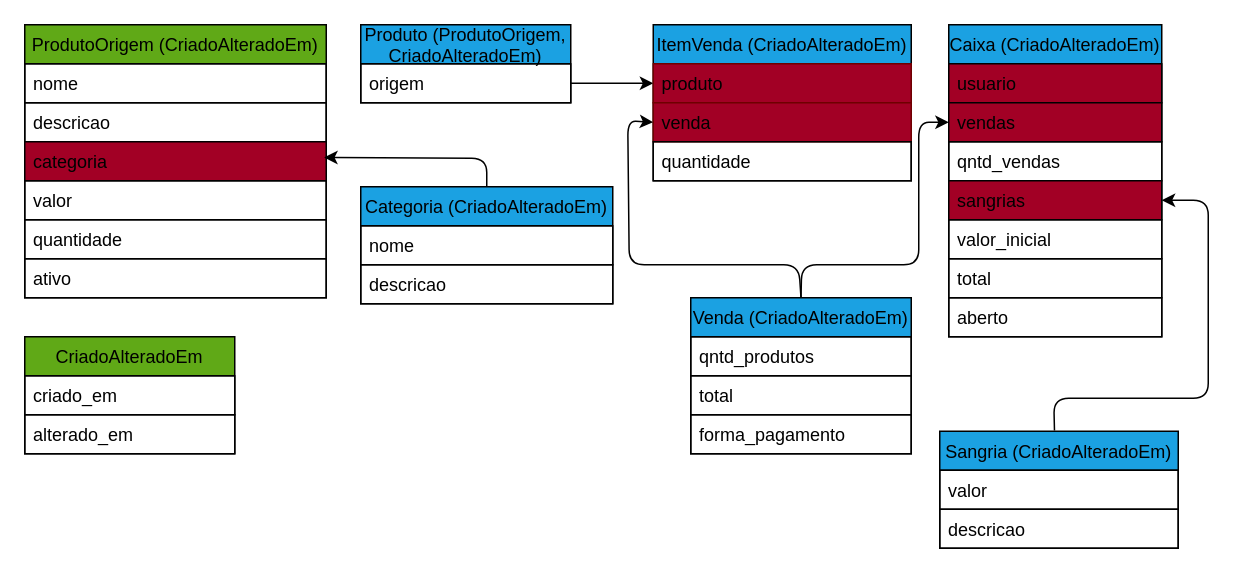
Juzeka/Mercearia keeps this draw.io diagram as relacionamento.drawio. Above is the earlier version. Source tidied: cells renumbered, new cells numbered last; positions are measured from the earlier drawing's top-left corner, leaving out a move shared by most shapes. Both pictures are drawn from the tidied source at 150%, with x=0, y=0 at pixel (24, 24).
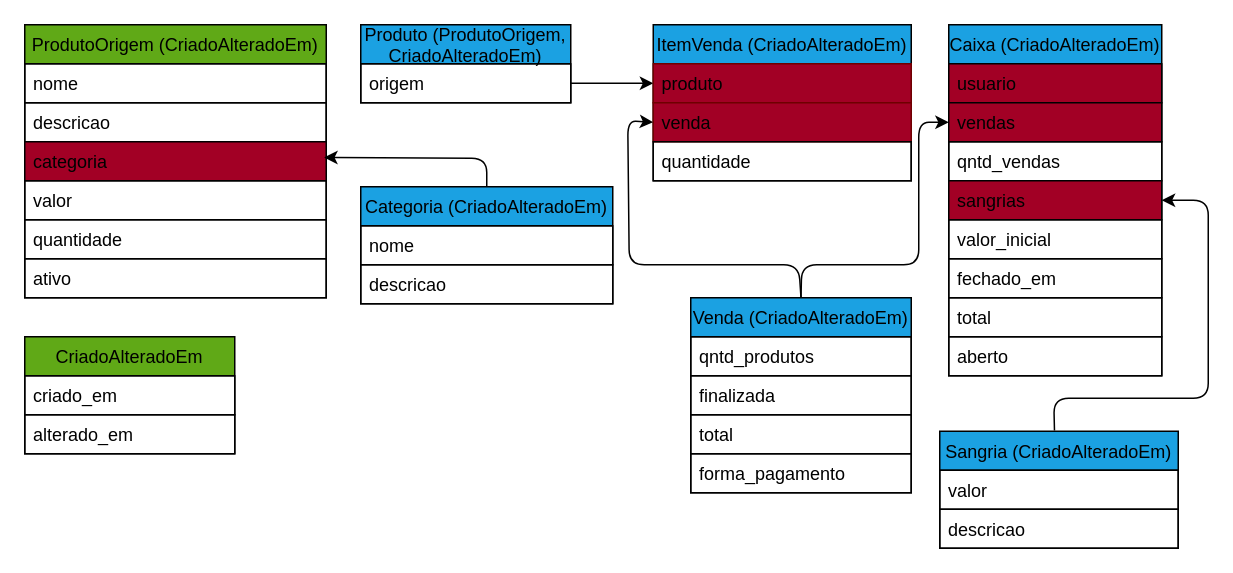
The same diagram, later.

Commit message (it also covers changes not shown here):
atualizando relacionamento

Diff of the diagram source:
```diff
@@
     <mxCell id="14" value="Venda (CriadoAlteradoEm)" style="swimlane;fontStyle=0;horizontal=1;startSize=26;fillColor=#1ba1e2;fontColor=#000000;strokeColor=#000000;" parent="1" vertex="1">
-      <mxGeometry x="444" y="182" width="147" height="104" as="geometry" />
+      <mxGeometry x="444" y="182" width="147" height="130" as="geometry" />
     </mxCell>
@@
+    <mxCell id="41" value="finalizada" style="text;strokeColor=#000000;fillColor=none;align=left;verticalAlign=top;spacingLeft=4;spacingRight=4;overflow=hidden;fontColor=#000000;" parent="14" vertex="1">
+      <mxGeometry y="52" width="147" height="26" as="geometry" />
+    </mxCell>
     <mxCell id="16" value="total" style="text;strokeColor=#000000;fillColor=none;align=left;verticalAlign=top;spacingLeft=4;spacingRight=4;overflow=hidden;fontColor=#000000;" parent="14" vertex="1">
-      <mxGeometry y="52" width="147" height="26" as="geometry" />
+      <mxGeometry y="78" width="147" height="26" as="geometry" />
     </mxCell>
     <mxCell id="17" value="forma_pagamento" style="text;strokeColor=#000000;fillColor=none;align=left;verticalAlign=top;spacingLeft=4;spacingRight=4;overflow=hidden;fontColor=#000000;" parent="14" vertex="1">
-      <mxGeometry y="78" width="147" height="26" as="geometry" />
+      <mxGeometry y="104" width="147" height="26" as="geometry" />
     </mxCell>
     <mxCell id="18" value="Caixa (CriadoAlteradoEm)" style="swimlane;fontStyle=0;horizontal=1;startSize=26;fillColor=#1ba1e2;fontColor=#000000;strokeColor=#000000;" parent="1" vertex="1">
-      <mxGeometry x="616" width="142" height="208" as="geometry" />
+      <mxGeometry x="616" width="142" height="234" as="geometry" />
     </mxCell>
@@
+    <mxCell id="42" value="fechado_em" style="text;strokeColor=#000000;fillColor=none;align=left;verticalAlign=top;spacingLeft=4;spacingRight=4;overflow=hidden;fontColor=#000000;" parent="18" vertex="1">
+      <mxGeometry y="156" width="142" height="26" as="geometry" />
+    </mxCell>
     <mxCell id="24" value="total" style="text;strokeColor=#000000;fillColor=none;align=left;verticalAlign=top;spacingLeft=4;spacingRight=4;overflow=hidden;fontColor=#000000;" parent="18" vertex="1">
-      <mxGeometry y="156" width="142" height="26" as="geometry" />
+      <mxGeometry y="182" width="142" height="26" as="geometry" />
     </mxCell>
     <mxCell id="25" value="aberto" style="text;strokeColor=#000000;fillColor=none;align=left;verticalAlign=top;spacingLeft=4;spacingRight=4;overflow=hidden;fontColor=#000000;" parent="18" vertex="1">
-      <mxGeometry y="182" width="142" height="26" as="geometry" />
+      <mxGeometry y="208" width="142" height="26" as="geometry" />
     </mxCell>
```
